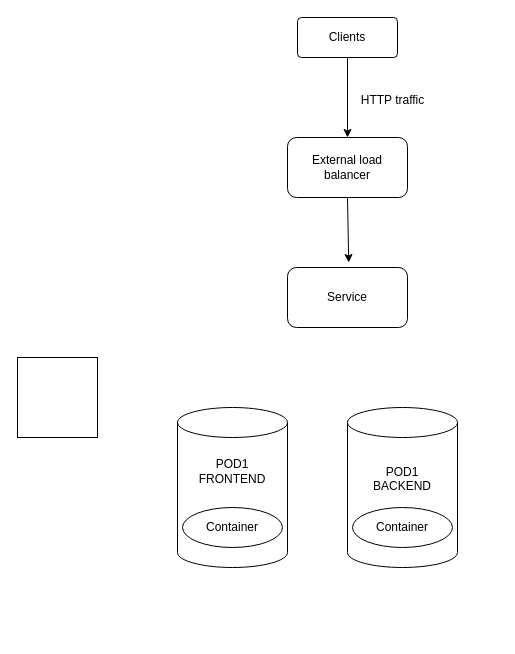
This is part3/3.11/pics/Nimetön kaavio.drawio from flyingstick22/DevOps-with-Docker, a draw.io file, before an edit. Source tidied: cells renumbered, new cells numbered last; positions are measured from the earlier drawing's top-left corner, leaving out a move shared by most shapes. Both pictures are drawn from the tidied source at 100%, with x=0, y=0 at pixel (17, 17).
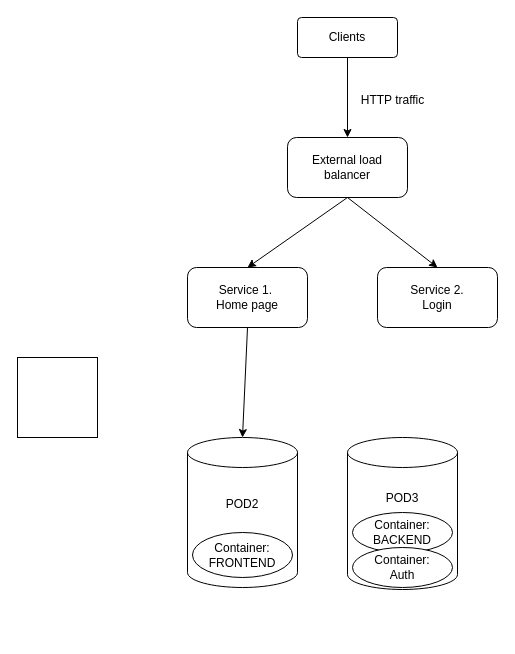
The same page after the edit.

The edit, as a diff of the source:
```diff
@@
 <mxGraphModel>
   <root>
     <mxCell id="0" />
     <mxCell id="1" parent="0" />
     <mxCell id="2" value="External load balancer" style="rounded=1;whiteSpace=wrap;html=1;" parent="1" vertex="1">
       <mxGeometry x="270" y="120" width="120" height="60" as="geometry" />
     </mxCell>
     <mxCell id="3" style="endArrow=classic;html=1;rounded=0;entryX=0.5;entryY=0;entryDx=0;entryDy=0;" parent="1" edge="1" target="2">
       <mxGeometry relative="1" as="geometry">
         <mxPoint x="330" y="40" as="sourcePoint" />
       </mxGeometry>
     </mxCell>
     <mxCell id="4" style="edgeStyle=orthogonalEdgeStyle;rounded=0;orthogonalLoop=1;jettySize=auto;html=1;exitX=0.5;exitY=1;exitDx=0;exitDy=0;" parent="1" edge="1">
       <mxGeometry relative="1" as="geometry">
         <mxPoint x="355.5" y="611" as="sourcePoint" />
         <mxPoint x="355.5" y="611" as="targetPoint" />
       </mxGeometry>
     </mxCell>
-    <mxCell id="5" style="endArrow=classic;html=1;rounded=0;exitX=0.5;exitY=1;exitDx=0;exitDy=0;entryX=0.448;entryY=-0.021;entryDx=0;entryDy=0;entryPerimeter=0;" parent="1" edge="1" source="2">
-      <mxGeometry relative="1" as="geometry">
-        <mxPoint x="331.2" y="245" as="targetPoint" />
-      </mxGeometry>
+    <mxCell id="5" style="endArrow=classic;html=1;rounded=0;exitX=0.5;exitY=1;exitDx=0;exitDy=0;entryX=0.5;entryY=0;entryDx=0;entryDy=0;" parent="1" edge="1" source="2" target="15">
+      <mxGeometry relative="1" as="geometry" />
     </mxCell>
-    <mxCell id="6" value="POD1&lt;br&gt;FRONTEND&lt;br&gt;&lt;br&gt;&lt;br&gt;&lt;br&gt;&lt;br&gt;" style="shape=cylinder3;whiteSpace=wrap;html=1;boundedLbl=1;backgroundOutline=1;size=15;" parent="1" vertex="1">
-      <mxGeometry x="160" y="390" width="110" height="160" as="geometry" />
+    <mxCell id="6" value="POD2&lt;br&gt;&lt;br&gt;&lt;br&gt;&lt;br&gt;" style="shape=cylinder3;whiteSpace=wrap;html=1;boundedLbl=1;backgroundOutline=1;size=15;" parent="1" vertex="1">
+      <mxGeometry x="170" y="420" width="110" height="150" as="geometry" />
     </mxCell>
     <mxCell id="7" value="Clients" style="rounded=1;arcSize=10;whiteSpace=wrap;html=1;align=center;" parent="1" vertex="1">
       <mxGeometry x="280" width="100" height="40" as="geometry" />
     </mxCell>
     <mxCell id="8" value="HTTP traffic" style="text;html=1;align=center;verticalAlign=middle;strokeColor=none;fillColor=none;" parent="1" vertex="1">
       <mxGeometry x="330" y="68" width="90" height="30" as="geometry" />
     </mxCell>
-    <mxCell id="9" value="Service" style="rounded=1;whiteSpace=wrap;html=1;" parent="1" vertex="1">
-      <mxGeometry x="270" y="250" width="120" height="60" as="geometry" />
+    <mxCell id="9" value="Service 1.&amp;nbsp;&lt;br&gt;Home page" style="rounded=1;whiteSpace=wrap;html=1;" parent="1" vertex="1">
+      <mxGeometry x="170" y="250" width="120" height="60" as="geometry" />
     </mxCell>
-    <mxCell id="10" value="POD1&lt;br&gt;BACKEND&lt;br&gt;&lt;br&gt;&lt;br&gt;&lt;br&gt;" style="shape=cylinder3;whiteSpace=wrap;html=1;boundedLbl=1;backgroundOutline=1;size=15;" parent="1" vertex="1">
-      <mxGeometry x="330" y="390" width="110" height="160" as="geometry" />
+    <mxCell id="10" value="POD3&lt;br&gt;&lt;br&gt;&lt;br&gt;&lt;br&gt;&lt;br&gt;" style="shape=cylinder3;whiteSpace=wrap;html=1;boundedLbl=1;backgroundOutline=1;size=15;" parent="1" vertex="1">
+      <mxGeometry x="330" y="420" width="110" height="152" as="geometry" />
     </mxCell>
-    <mxCell id="11" value="Container" style="ellipse;whiteSpace=wrap;html=1;align=center;newEdgeStyle={&quot;edgeStyle&quot;:&quot;entityRelationEdgeStyle&quot;,&quot;startArrow&quot;:&quot;none&quot;,&quot;endArrow&quot;:&quot;none&quot;,&quot;segment&quot;:10,&quot;curved&quot;:1,&quot;sourcePerimeterSpacing&quot;:0,&quot;targetPerimeterSpacing&quot;:0};" parent="1" vertex="1">
-      <mxGeometry x="165" y="490" width="100" height="40" as="geometry" />
+    <mxCell id="11" value="Container:&lt;br&gt;FRONTEND" style="ellipse;whiteSpace=wrap;html=1;align=center;newEdgeStyle={&quot;edgeStyle&quot;:&quot;entityRelationEdgeStyle&quot;,&quot;startArrow&quot;:&quot;none&quot;,&quot;endArrow&quot;:&quot;none&quot;,&quot;segment&quot;:10,&quot;curved&quot;:1,&quot;sourcePerimeterSpacing&quot;:0,&quot;targetPerimeterSpacing&quot;:0};" parent="1" vertex="1">
+      <mxGeometry x="175" y="515" width="100" height="45" as="geometry" />
     </mxCell>
-    <mxCell id="12" value="Container" style="ellipse;whiteSpace=wrap;html=1;align=center;newEdgeStyle={&quot;edgeStyle&quot;:&quot;entityRelationEdgeStyle&quot;,&quot;startArrow&quot;:&quot;none&quot;,&quot;endArrow&quot;:&quot;none&quot;,&quot;segment&quot;:10,&quot;curved&quot;:1,&quot;sourcePerimeterSpacing&quot;:0,&quot;targetPerimeterSpacing&quot;:0};" parent="1" vertex="1">
-      <mxGeometry x="335" y="490" width="100" height="40" as="geometry" />
+    <mxCell id="12" value="Container:&lt;br&gt;BACKEND" style="ellipse;whiteSpace=wrap;html=1;align=center;newEdgeStyle={&quot;edgeStyle&quot;:&quot;entityRelationEdgeStyle&quot;,&quot;startArrow&quot;:&quot;none&quot;,&quot;endArrow&quot;:&quot;none&quot;,&quot;segment&quot;:10,&quot;curved&quot;:1,&quot;sourcePerimeterSpacing&quot;:0,&quot;targetPerimeterSpacing&quot;:0};" parent="1" vertex="1">
+      <mxGeometry x="335" y="495" width="100" height="40" as="geometry" />
     </mxCell>
     <mxCell id="13" style="whiteSpace=wrap;html=1;" parent="1" vertex="1">
       <mxGeometry y="340" width="80" height="80" as="geometry" />
     </mxCell>
+    <mxCell id="14" style="endArrow=classic;html=1;rounded=0;exitX=0.5;exitY=1;exitDx=0;exitDy=0;entryX=0.5;entryY=0;entryDx=0;entryDy=0;entryPerimeter=0;" parent="1" edge="1" source="9" target="6">
+      <mxGeometry relative="1" as="geometry" />
+    </mxCell>
+    <mxCell id="15" value="Service 2.&lt;br&gt;Login" style="rounded=1;whiteSpace=wrap;html=1;" parent="1" vertex="1">
+      <mxGeometry x="360" y="250" width="120" height="60" as="geometry" />
+    </mxCell>
+    <mxCell id="16" value="Container:&lt;br&gt;Auth" style="ellipse;whiteSpace=wrap;html=1;align=center;newEdgeStyle={&quot;edgeStyle&quot;:&quot;entityRelationEdgeStyle&quot;,&quot;startArrow&quot;:&quot;none&quot;,&quot;endArrow&quot;:&quot;none&quot;,&quot;segment&quot;:10,&quot;curved&quot;:1,&quot;sourcePerimeterSpacing&quot;:0,&quot;targetPerimeterSpacing&quot;:0};" parent="1" vertex="1">
+      <mxGeometry x="335" y="530" width="100" height="40" as="geometry" />
+    </mxCell>
+    <mxCell id="17" style="endArrow=classic;html=1;rounded=0;exitX=0.5;exitY=1;exitDx=0;exitDy=0;entryX=0.5;entryY=0;entryDx=0;entryDy=0;" parent="1" edge="1" source="2" target="9">
+      <mxGeometry relative="1" as="geometry" />
+    </mxCell>
   </root>
 </mxGraphModel>
```
